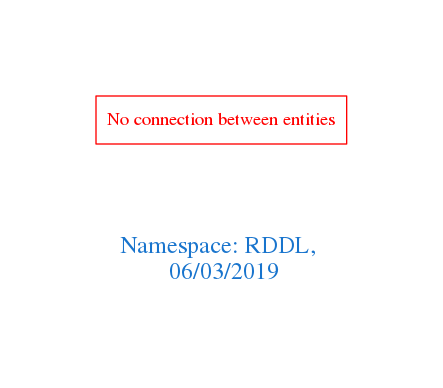
Before: downloads/RDDL.png, a diagram exported from Graphviz (arago/OGIT). Its source is kept beside it as downloads/RDDL.dot.
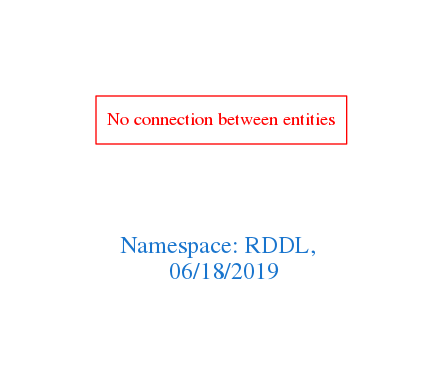
After the commit.

Change to the diagram source:
```diff
@@ -1,7 +1,7 @@
 digraph OGIT_ontology {
  graph [ rankdir= LR,pad=1
 fontsize = 18,
-fontcolor= dodgerblue3,label = "\n\n\nNamespace: RDDL, \n 06/03/2019"];
+fontcolor= dodgerblue3,label = "\n\n\nNamespace: RDDL, \n 06/18/2019"];
 node[shape=polygon];
 edge [  color="gray81"];
 
```
